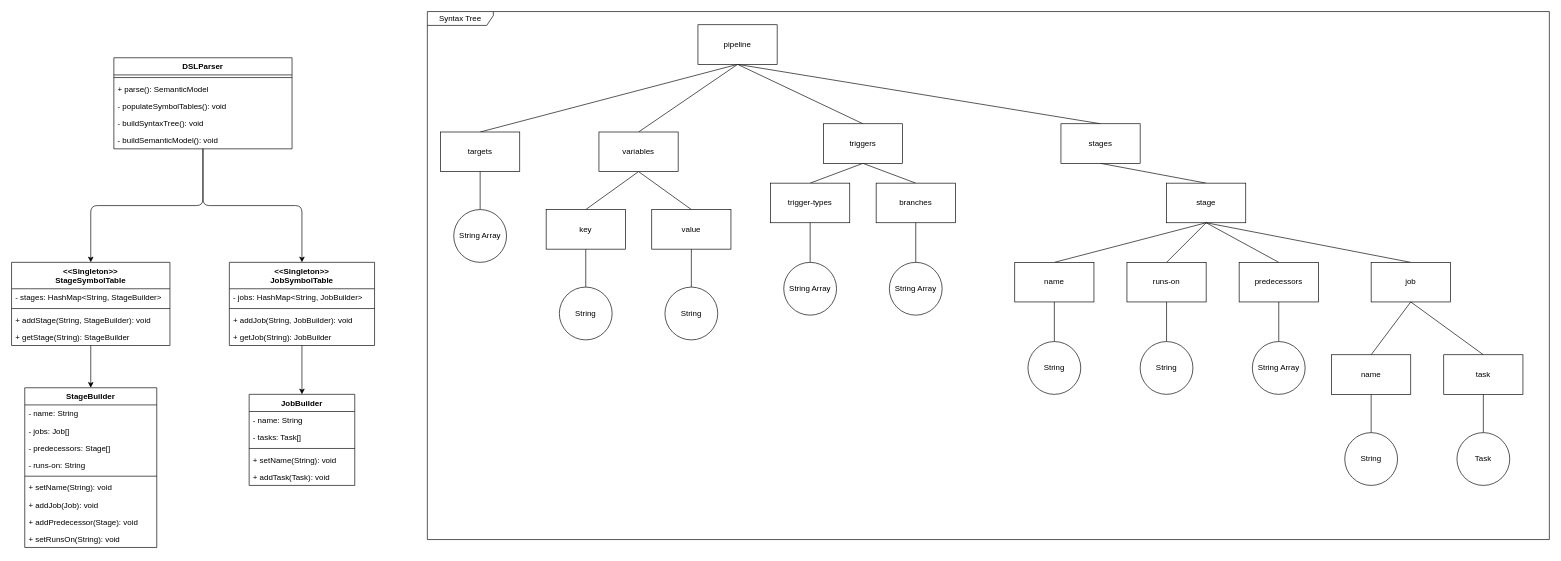
This is page "Parser" (2 of 5) of documentation/diagrams/SystemOverview.drawio from Tobiaskr12/SingularCI, a draw.io file, before an edit. Source tidied: cells renumbered, new cells numbered last; positions are measured from the earlier drawing's top-left corner, leaving out a move shared by most shapes. Both pictures are drawn from the tidied source at 66%, with x=0, y=0 at pixel (11, 11).
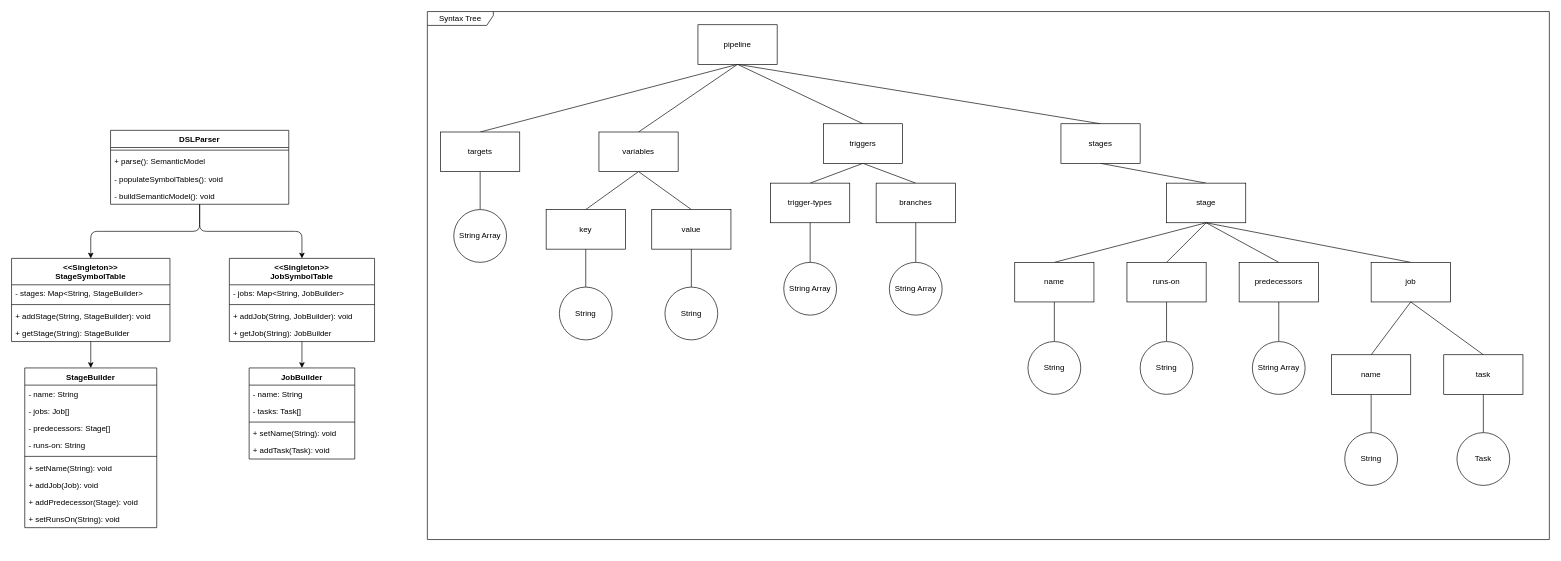
The same page after the edit.

The edit, as a diff of the source:
```diff
@@
     <mxCell id="4" value="DSLParser" style="swimlane;fontStyle=1;align=center;verticalAlign=top;horizontal=1;startSize=26;" parent="1" vertex="1">
-      <mxGeometry x="155" y="70" width="270" height="138" as="geometry" />
+      <mxGeometry x="150" y="180" width="270" height="112" as="geometry" />
     </mxCell>
@@
-    <mxCell id="8" value="- buildSyntaxTree(): void" style="text;strokeColor=none;fillColor=none;align=left;verticalAlign=top;spacingLeft=4;spacingRight=4;overflow=hidden;" parent="4" vertex="1">
-      <mxGeometry y="86" width="270" height="26" as="geometry" />
-    </mxCell>
     <mxCell id="9" value="- buildSemanticModel(): void" style="text;strokeColor=none;fillColor=none;align=left;verticalAlign=top;spacingLeft=4;spacingRight=4;overflow=hidden;" parent="4" vertex="1">
-      <mxGeometry y="112" width="270" height="26" as="geometry" />
+      <mxGeometry y="86" width="270" height="26" as="geometry" />
     </mxCell>
@@
     <mxCell id="11" value="&lt;&lt;Singleton&gt;&gt;&#10;StageSymbolTable" style="swimlane;fontStyle=1;align=center;verticalAlign=top;horizontal=1;startSize=40;" parent="1" vertex="1">
-      <mxGeometry y="380" width="240" height="126" as="geometry" />
+      <mxGeometry y="374" width="240" height="126" as="geometry" />
     </mxCell>
-    <mxCell id="12" value="- stages: HashMap&lt;String, StageBuilder&gt;" style="text;strokeColor=none;fillColor=none;align=left;verticalAlign=top;spacingLeft=4;spacingRight=4;overflow=hidden;" parent="11" vertex="1">
+    <mxCell id="12" value="- stages: Map&lt;String, StageBuilder&gt;" style="text;strokeColor=none;fillColor=none;align=left;verticalAlign=top;spacingLeft=4;spacingRight=4;overflow=hidden;" parent="11" vertex="1">
       <mxGeometry y="40" width="240" height="26" as="geometry" />
     </mxCell>
@@
     <mxCell id="18" value="&lt;&lt;Singleton&gt;&gt;&#10;JobSymbolTable" style="swimlane;fontStyle=1;align=center;verticalAlign=top;horizontal=1;startSize=40;" parent="1" vertex="1">
-      <mxGeometry x="330" y="380" width="220" height="126" as="geometry" />
+      <mxGeometry x="330" y="374" width="220" height="126" as="geometry" />
     </mxCell>
-    <mxCell id="19" value="- jobs: HashMap&lt;String, JobBuilder&gt;" style="text;strokeColor=none;fillColor=none;align=left;verticalAlign=top;spacingLeft=4;spacingRight=4;overflow=hidden;" parent="18" vertex="1">
+    <mxCell id="19" value="- jobs: Map&lt;String, JobBuilder&gt;" style="text;strokeColor=none;fillColor=none;align=left;verticalAlign=top;spacingLeft=4;spacingRight=4;overflow=hidden;" parent="18" vertex="1">
       <mxGeometry y="40" width="220" height="26" as="geometry" />
     </mxCell>
@@
     <mxCell id="23" value="StageBuilder" style="swimlane;fontStyle=1;align=center;verticalAlign=top;horizontal=1;startSize=26;" parent="1" vertex="1">
-      <mxGeometry x="20" y="570" width="200" height="242" as="geometry" />
+      <mxGeometry x="20" y="540" width="200" height="242" as="geometry" />
     </mxCell>
@@
     <mxCell id="33" value="JobBuilder" style="swimlane;fontStyle=1;align=center;verticalAlign=top;horizontal=1;startSize=26;" parent="1" vertex="1">
-      <mxGeometry x="360" y="580" width="160" height="138" as="geometry" />
+      <mxGeometry x="360" y="540" width="160" height="138" as="geometry" />
     </mxCell>
```
